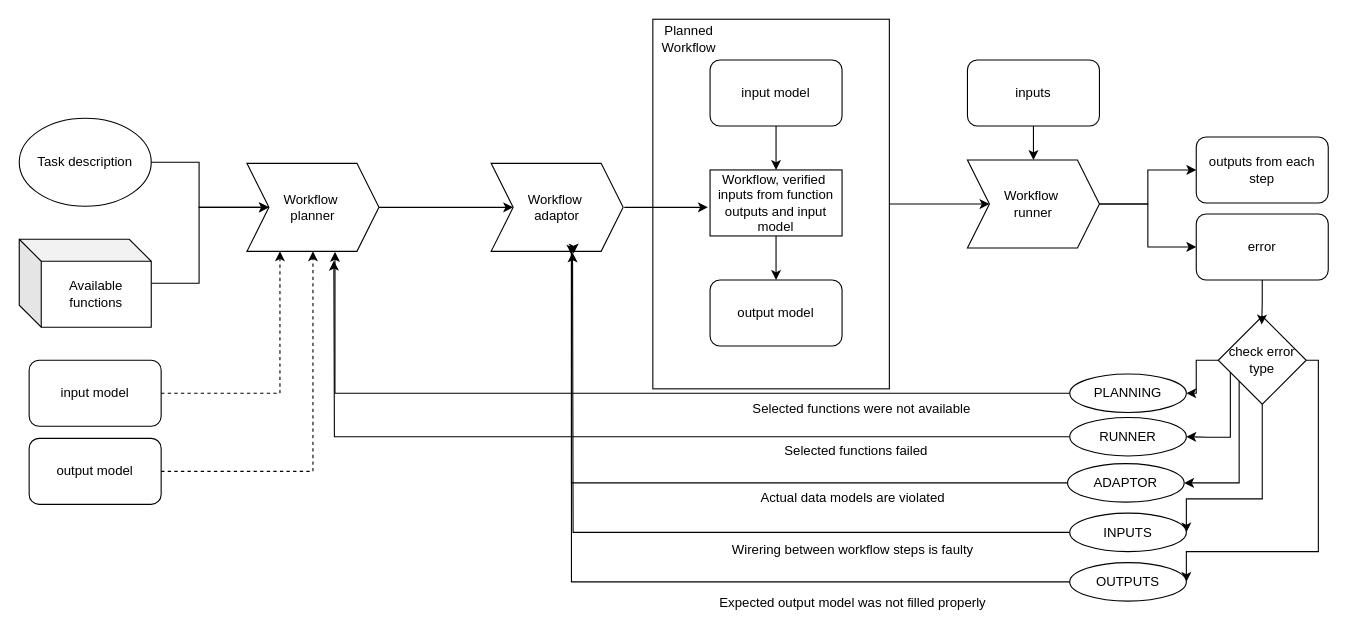
This is page "reset_strategy" (2 of 2) of drawio/workflow_auto_assembler.drawio from Kiril-Mordan/adaptive-reusables, a draw.io file, before an edit. Source tidied: cells renumbered, new cells numbered last; positions are measured from the earlier drawing's top-left corner, leaving out a move shared by most shapes. Both pictures are drawn from the tidied source at 110%, with x=0, y=0 at pixel (19, 19).
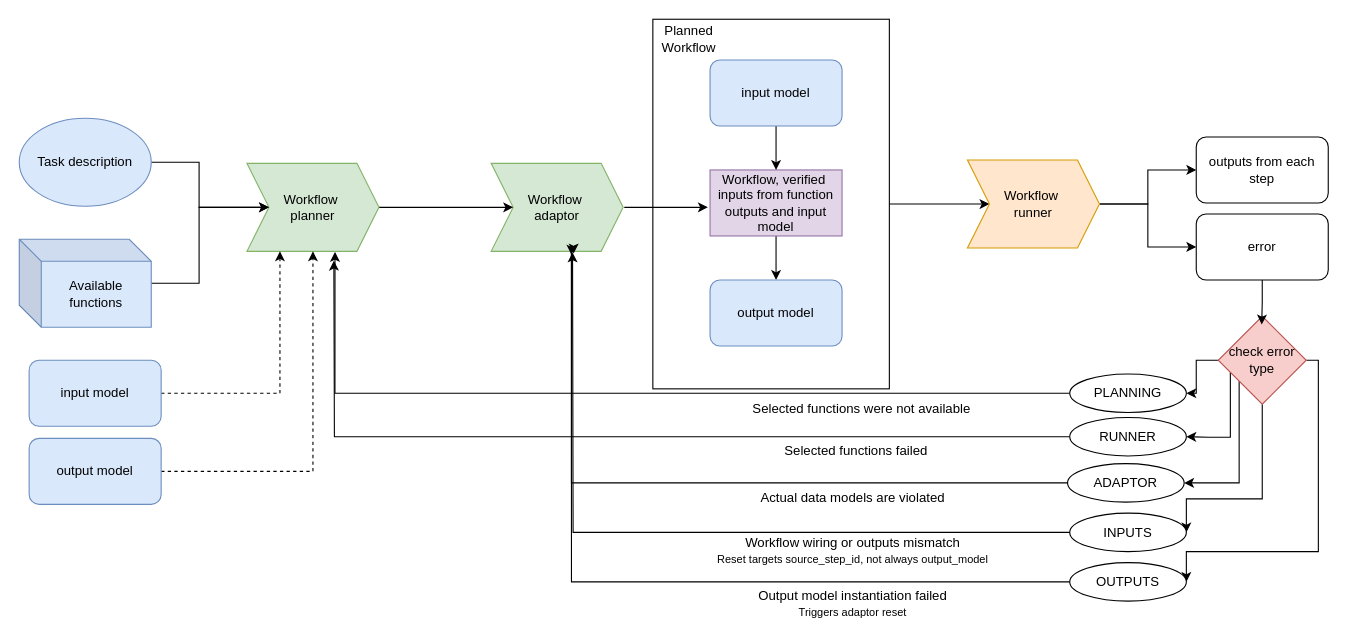
The same diagram, later.

What changed in the source:
```diff
@@
-    <mxCell id="6" value="Workflow, verified&amp;nbsp;&lt;div&gt;inputs from function outputs and input model&lt;/div&gt;" style="rounded=0;whiteSpace=wrap;html=1;strokeColor=default;align=center;verticalAlign=middle;fontFamily=Helvetica;fontSize=12;fontColor=default;fillColor=default;" parent="1" vertex="1">
+    <mxCell id="6" value="Workflow, verified&amp;nbsp;&lt;div&gt;inputs from function outputs and input model&lt;/div&gt;" style="rounded=0;whiteSpace=wrap;html=1;strokeColor=#9673a6;align=center;verticalAlign=middle;fontFamily=Helvetica;fontSize=12;fillColor=#e1d5e7;" parent="1" vertex="1">
       <mxGeometry x="628" y="137" width="120" height="60" as="geometry" />
     </mxCell>
-    <mxCell id="7" value="output model" style="rounded=1;whiteSpace=wrap;html=1;" parent="1" vertex="1">
+    <mxCell id="7" value="output model" style="rounded=1;whiteSpace=wrap;html=1;fillColor=#dae8fc;strokeColor=#6c8ebf;" parent="1" vertex="1">
       <mxGeometry x="628" y="237" width="120" height="60" as="geometry" />
     </mxCell>
@@
-    <mxCell id="9" value="input model" style="rounded=1;whiteSpace=wrap;html=1;" parent="1" vertex="1">
+    <mxCell id="9" value="input model" style="rounded=1;whiteSpace=wrap;html=1;fillColor=#dae8fc;strokeColor=#6c8ebf;" parent="1" vertex="1">
       <mxGeometry x="628" y="37" width="120" height="60" as="geometry" />
     </mxCell>
@@
-    <mxCell id="11" value="Workflow&amp;nbsp;&lt;div&gt;adaptor&lt;/div&gt;" style="shape=step;perimeter=stepPerimeter;whiteSpace=wrap;html=1;fixedSize=1;" parent="1" vertex="1">
+    <mxCell id="11" value="Workflow&amp;nbsp;&lt;div&gt;adaptor&lt;/div&gt;" style="shape=step;perimeter=stepPerimeter;whiteSpace=wrap;html=1;fixedSize=1;fillColor=#d5e8d4;strokeColor=#82b366;" parent="1" vertex="1">
       <mxGeometry x="429" y="131" width="120" height="80" as="geometry" />
     </mxCell>
@@
-    <mxCell id="14" value="Workflow&amp;nbsp;&lt;div&gt;runner&lt;/div&gt;" style="shape=step;perimeter=stepPerimeter;whiteSpace=wrap;html=1;fixedSize=1;" parent="1" vertex="1">
+    <mxCell id="14" value="Workflow&amp;nbsp;&lt;div&gt;runner&lt;/div&gt;" style="shape=step;perimeter=stepPerimeter;whiteSpace=wrap;html=1;fixedSize=1;fillColor=#ffe6cc;strokeColor=#d79b00;" parent="1" vertex="1">
       <mxGeometry x="862" y="128" width="120" height="80" as="geometry" />
     </mxCell>
-    <mxCell id="15" style="edgeStyle=orthogonalEdgeStyle;rounded=0;jettySize=auto;html=1;" parent="1" edge="1" source="16" target="14">
-      <mxGeometry relative="1" as="geometry" />
-    </mxCell>
-    <mxCell id="16" value="inputs" style="rounded=1;whiteSpace=wrap;html=1;" parent="1" vertex="1">
-      <mxGeometry x="862" y="37" width="120" height="60" as="geometry" />
-    </mxCell>
@@
-    <mxCell id="20" value="Workflow&amp;nbsp;&lt;div&gt;planner&lt;/div&gt;" style="shape=step;perimeter=stepPerimeter;whiteSpace=wrap;html=1;fixedSize=1;" parent="1" vertex="1">
+    <mxCell id="20" value="Workflow&amp;nbsp;&lt;div&gt;planner&lt;/div&gt;" style="shape=step;perimeter=stepPerimeter;whiteSpace=wrap;html=1;fixedSize=1;fillColor=#d5e8d4;strokeColor=#82b366;" parent="1" vertex="1">
       <mxGeometry x="207" y="131" width="120" height="80" as="geometry" />
     </mxCell>
@@
-    <mxCell id="22" value="Task description" style="ellipse;whiteSpace=wrap;html=1;" parent="1" vertex="1">
+    <mxCell id="22" value="Task description" style="ellipse;whiteSpace=wrap;html=1;fillColor=#dae8fc;strokeColor=#6c8ebf;" parent="1" vertex="1">
       <mxGeometry y="90" width="120" height="80" as="geometry" />
     </mxCell>
@@
-    <mxCell id="24" value="Available functions" style="shape=cube;whiteSpace=wrap;html=1;boundedLbl=1;backgroundOutline=1;darkOpacity=0.05;darkOpacity2=0.1;" parent="1" vertex="1">
+    <mxCell id="24" value="Available functions" style="shape=cube;whiteSpace=wrap;html=1;boundedLbl=1;backgroundOutline=1;darkOpacity=0.05;darkOpacity2=0.1;fillColor=#dae8fc;strokeColor=#6c8ebf;" parent="1" vertex="1">
       <mxGeometry y="200" width="120" height="80" as="geometry" />
     </mxCell>
@@
-    <mxCell id="26" value="input model" style="rounded=1;whiteSpace=wrap;html=1;" parent="1" vertex="1">
+    <mxCell id="26" value="input model" style="rounded=1;whiteSpace=wrap;html=1;fillColor=#dae8fc;strokeColor=#6c8ebf;" parent="1" vertex="1">
       <mxGeometry x="9" y="310" width="120" height="60" as="geometry" />
     </mxCell>
@@
-    <mxCell id="28" value="output model" style="rounded=1;whiteSpace=wrap;html=1;" parent="1" vertex="1">
+    <mxCell id="28" value="output model" style="rounded=1;whiteSpace=wrap;html=1;fillColor=#dae8fc;strokeColor=#6c8ebf;" parent="1" vertex="1">
       <mxGeometry x="9" y="381" width="120" height="60" as="geometry" />
     </mxCell>
@@
-    <mxCell id="34" value="check error type" style="rhombus;whiteSpace=wrap;html=1;" parent="1" vertex="1">
+    <mxCell id="34" value="check error type" style="rhombus;whiteSpace=wrap;html=1;fillColor=#f8cecc;strokeColor=#b85450;" parent="1" vertex="1">
       <mxGeometry x="1090" y="270" width="80" height="80" as="geometry" />
     </mxCell>
@@
-    <mxCell id="49" value="Wirering between workflow steps is faulty" style="text;html=1;align=center;verticalAlign=middle;whiteSpace=wrap;rounded=0;fontFamily=Helvetica;fontSize=12;fontColor=default;" parent="1" vertex="1">
+    <mxCell id="49" value="Workflow wiring or outputs mismatch&lt;br&gt;&lt;span style=&quot;font-size:10px&quot;&gt;Reset targets source_step_id, not always output_model&lt;/span&gt;" style="text;html=1;align=center;verticalAlign=middle;whiteSpace=wrap;rounded=0;fontFamily=Helvetica;fontSize=12;fontColor=default;" parent="1" vertex="1">
       <mxGeometry x="623" y="474" width="270" height="17" as="geometry" />
     </mxCell>
-    <mxCell id="50" value="Expected output model was not filled properly" style="text;html=1;align=center;verticalAlign=middle;whiteSpace=wrap;rounded=0;fontFamily=Helvetica;fontSize=12;fontColor=default;" parent="1" vertex="1">
+    <mxCell id="50" value="Output model instantiation failed&lt;br&gt;&lt;span style=&quot;font-size:10px&quot;&gt;Triggers adaptor reset&lt;/span&gt;" style="text;html=1;align=center;verticalAlign=middle;whiteSpace=wrap;rounded=0;fontFamily=Helvetica;fontSize=12;fontColor=default;" parent="1" vertex="1">
       <mxGeometry x="623" y="522" width="270" height="17" as="geometry" />
     </mxCell>
```
